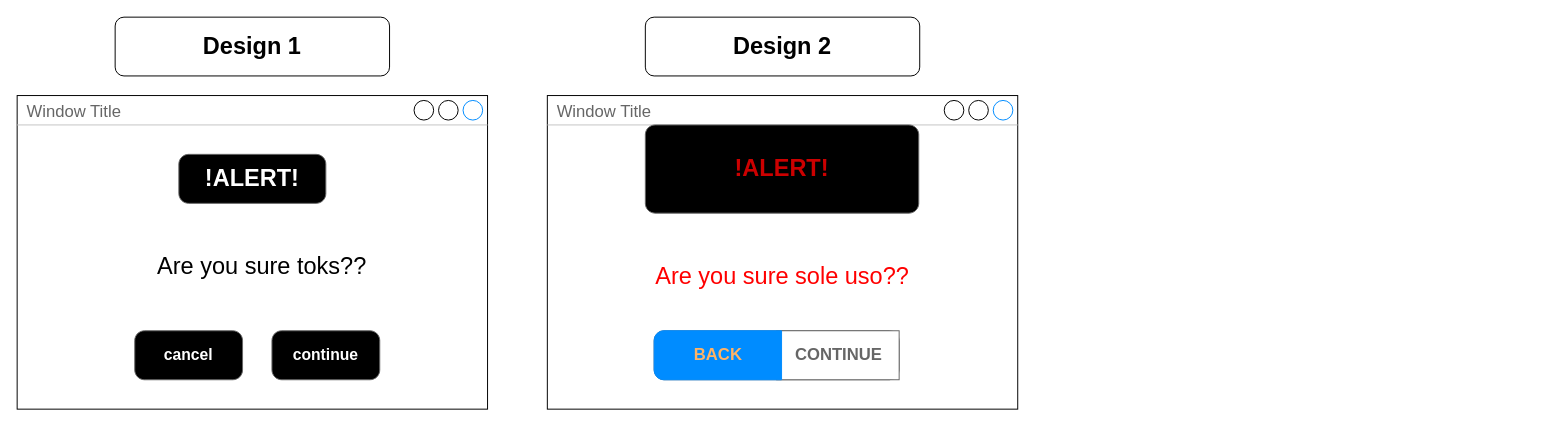
Earlier version of the draw.io diagram .github/Pop up menu.drawio (ASDAH-Digtal/gaming-assignment-2-TevitaManu). Source tidied: cells renumbered, new cells numbered last; positions are measured from the earlier drawing's top-left corner, leaving out a move shared by most shapes. Both pictures are drawn from the tidied source at 98%, with x=0, y=0 at pixel (17, 17).
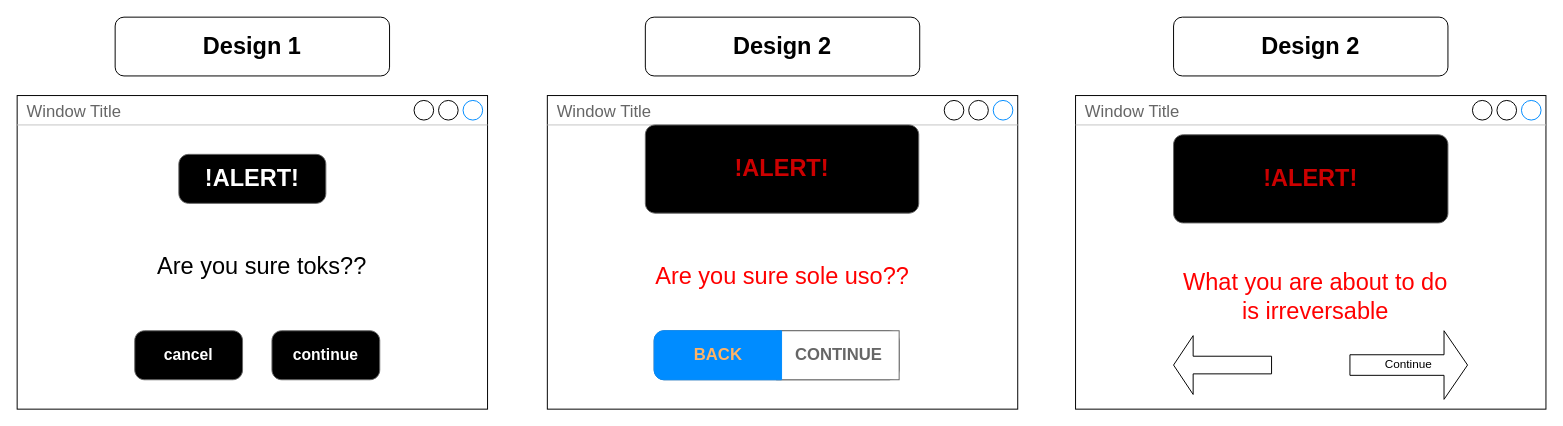
The same diagram, later.

Commit message:
Made a third alert pop up menu

Change to the diagram source:
```diff
@@
+    <mxCell id="15" value="&lt;b style=&quot;font-size: 12px;&quot;&gt;&lt;font style=&quot;font-size: 24px;&quot;&gt;Design 2&lt;/font&gt;&lt;/b&gt;" style="rounded=1;whiteSpace=wrap;html=1;fontSize=24;" parent="1" vertex="1">
+      <mxGeometry x="1180" width="280" height="60" as="geometry" />
+    </mxCell>
+    <mxCell id="16" value="Window Title" style="strokeWidth=1;shadow=0;dashed=0;align=center;html=1;shape=mxgraph.mockup.containers.window;align=left;verticalAlign=top;spacingLeft=8;strokeColor2=#008cff;strokeColor3=#c4c4c4;fontColor=#666666;mainText=;fontSize=17;labelBackgroundColor=none;" parent="1" vertex="1">
+      <mxGeometry x="1080" y="80" width="480" height="320" as="geometry" />
+    </mxCell>
+    <mxCell id="17" value="&lt;font color=&quot;#cc0000&quot; style=&quot;font-size: 24px;&quot;&gt;!ALERT!&lt;/font&gt;" style="strokeWidth=1;shadow=0;dashed=0;align=center;html=1;shape=mxgraph.mockup.buttons.button;strokeColor=#666666;fontColor=#ffffff;mainText=;buttonStyle=round;fontSize=17;fontStyle=1;fillColor=#000000;whiteSpace=wrap;" parent="1" vertex="1">
+      <mxGeometry x="1180" y="120" width="280" height="90" as="geometry" />
+    </mxCell>
+    <mxCell id="18" value="&lt;font color=&quot;#ff0000&quot;&gt;What you are about to do is irreversable&lt;/font&gt;" style="text;html=1;strokeColor=none;fillColor=none;align=center;verticalAlign=middle;whiteSpace=wrap;rounded=0;fontSize=24;" parent="1" vertex="1">
+      <mxGeometry x="1180" y="250" width="290" height="70" as="geometry" />
+    </mxCell>
+    <mxCell id="19" value="Continue" style="shape=singleArrow;whiteSpace=wrap;html=1;" parent="1" vertex="1">
+      <mxGeometry x="1360" y="320" width="120" height="70" as="geometry" />
+    </mxCell>
+    <mxCell id="20" style="shape=singleArrow;direction=west;whiteSpace=wrap;html=1;" parent="1" vertex="1">
+      <mxGeometry x="1180" y="325" width="100" height="60" as="geometry" />
+    </mxCell>
```
